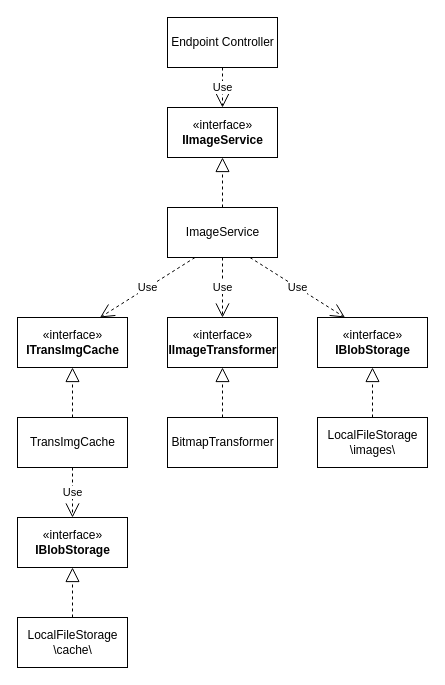
Before: docs/Class Diagram.drawio in graemejob/atom-challenge, a draw.io diagram. Source tidied: cells renumbered, new cells numbered last; positions are measured from the earlier drawing's top-left corner, leaving out a move shared by most shapes. Both pictures are drawn from the tidied source at 100%, with x=0, y=0 at pixel (17, 17).
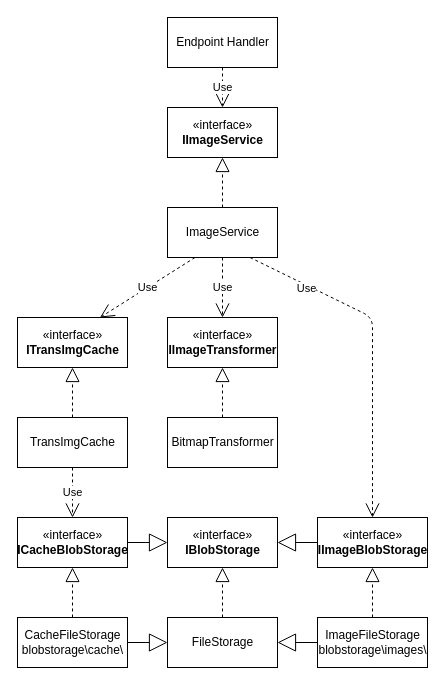
Above is the later version.

Commit message (it also covers changes not shown here):
Polished up the diagrams

Unchanged cells that the change refers to:
```xml
<mxCell id="11" value="ImageService" style="html=1;" parent="1" vertex="1">
  <mxGeometry x="150" y="190" width="110" height="50" as="geometry" />
</mxCell>
```

Change to the diagram source:
```diff
@@
-    <mxCell id="3" value="«interface»&lt;br&gt;&lt;b&gt;IBlobStorage&lt;/b&gt;" style="html=1;" parent="1" vertex="1">
-      <mxGeometry x="300" y="300" width="110" height="50" as="geometry" />
+    <mxCell id="3" value="«interface»&lt;br&gt;&lt;b&gt;IImageBlobStorage&lt;/b&gt;" style="html=1;" parent="1" vertex="1">
+      <mxGeometry x="300" y="500" width="110" height="50" as="geometry" />
     </mxCell>
-    <mxCell id="4" value="&lt;span&gt;LocalFileStorage&lt;br&gt;\images\&lt;br&gt;&lt;/span&gt;" style="html=1;" parent="1" vertex="1">
-      <mxGeometry x="300" y="400" width="110" height="50" as="geometry" />
+    <mxCell id="4" value="&lt;span&gt;ImageFileStorage&lt;br&gt;blobstorage\images\&lt;br&gt;&lt;/span&gt;" style="html=1;" parent="1" vertex="1">
+      <mxGeometry x="300" y="600" width="110" height="50" as="geometry" />
     </mxCell>
@@
-    <mxCell id="8" value="Endpoint Controller" style="html=1;" parent="1" vertex="1">
+    <mxCell id="8" value="Endpoint Handler" style="html=1;" parent="1" vertex="1">
       <mxGeometry x="150" width="110" height="50" as="geometry" />
     </mxCell>
@@
-    <mxCell id="15" value="Use" style="endArrow=open;endSize=12;dashed=1;html=1;exitX=0.75;exitY=1;exitDx=0;exitDy=0;entryX=0.25;entryY=0;entryDx=0;entryDy=0;" parent="1" edge="1" source="11" target="3">
-      <mxGeometry relative="1" as="geometry" />
+    <mxCell id="15" value="Use" style="endArrow=open;endSize=12;dashed=1;html=1;exitX=0.75;exitY=1;exitDx=0;exitDy=0;entryX=0.5;entryY=0;entryDx=0;entryDy=0;" parent="1" edge="1" source="11" target="3">
+      <mxGeometry x="-0.62" y="-3" relative="1" as="geometry">
+        <Array as="points">
+          <mxPoint x="355" y="300" />
+        </Array>
+      </mxGeometry>
     </mxCell>
@@
-    <mxCell id="20" value="«interface»&lt;br&gt;&lt;b&gt;IBlobStorage&lt;/b&gt;" style="html=1;" parent="1" vertex="1">
+    <mxCell id="20" value="«interface»&lt;br&gt;&lt;b&gt;ICacheBlobStorage&lt;/b&gt;" style="html=1;" parent="1" vertex="1">
       <mxGeometry y="500" width="110" height="50" as="geometry" />
     </mxCell>
-    <mxCell id="21" value="&lt;span&gt;LocalFileStorage&lt;br&gt;\cache\&lt;br&gt;&lt;/span&gt;" style="html=1;" parent="1" vertex="1">
+    <mxCell id="21" value="&lt;span&gt;CacheFileStorage&lt;br&gt;blobstorage\cache\&lt;br&gt;&lt;/span&gt;" style="html=1;" parent="1" vertex="1">
       <mxGeometry y="600" width="110" height="50" as="geometry" />
     </mxCell>
@@
+    <mxCell id="23" style="endArrow=block;dashed=1;endFill=0;endSize=12;html=1;entryX=0.5;entryY=1;entryDx=0;entryDy=0;exitX=0.5;exitY=0;exitDx=0;exitDy=0;" parent="1" edge="1" source="25" target="24">
+      <mxGeometry relative="1" as="geometry" />
+    </mxCell>
+    <mxCell id="24" value="«interface»&lt;br&gt;&lt;b&gt;IBlobStorage&lt;/b&gt;" style="html=1;" parent="1" vertex="1">
+      <mxGeometry x="150" y="500" width="110" height="50" as="geometry" />
+    </mxCell>
+    <mxCell id="25" value="&lt;span&gt;FileStorage&lt;br&gt;&lt;/span&gt;" style="html=1;" parent="1" vertex="1">
+      <mxGeometry x="150" y="600" width="110" height="50" as="geometry" />
+    </mxCell>
+    <mxCell id="26" style="endArrow=block;endSize=16;endFill=0;html=1;exitX=1;exitY=0.5;exitDx=0;exitDy=0;entryX=0;entryY=0.5;entryDx=0;entryDy=0;" parent="1" edge="1" source="20" target="24">
+      <mxGeometry relative="1" as="geometry" />
+    </mxCell>
+    <mxCell id="27" style="endArrow=block;endSize=16;endFill=0;html=1;exitX=1;exitY=0.5;exitDx=0;exitDy=0;entryX=0;entryY=0.5;entryDx=0;entryDy=0;" parent="1" edge="1" source="21" target="25">
+      <mxGeometry relative="1" as="geometry" />
+    </mxCell>
+    <mxCell id="28" style="endArrow=block;endSize=16;endFill=0;html=1;exitX=0;exitY=0.5;exitDx=0;exitDy=0;entryX=1;entryY=0.5;entryDx=0;entryDy=0;" parent="1" edge="1" source="3" target="24">
+      <mxGeometry relative="1" as="geometry" />
+    </mxCell>
+    <mxCell id="29" style="endArrow=block;endSize=16;endFill=0;html=1;exitX=0;exitY=0.5;exitDx=0;exitDy=0;entryX=1;entryY=0.5;entryDx=0;entryDy=0;" parent="1" edge="1" source="4" target="25">
+      <mxGeometry relative="1" as="geometry" />
+    </mxCell>
```
